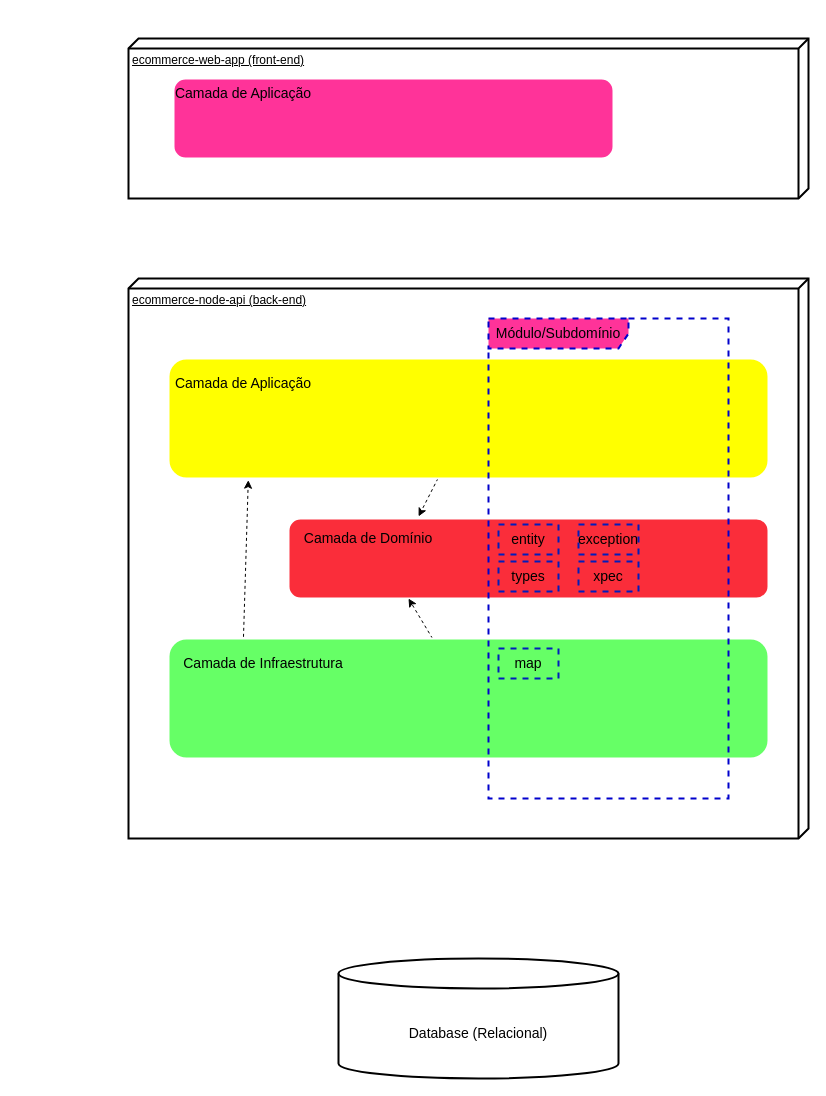
Before: requirements/ecommerce-arquitetura.drawio in SliverNV/ecommerce-node-ap, a draw.io diagram. Source tidied: cells renumbered, new cells numbered last; positions are measured from the earlier drawing's top-left corner, leaving out a move shared by most shapes. Both pictures are drawn from the tidied source at 100%, with x=0, y=0 at pixel (128, 38).
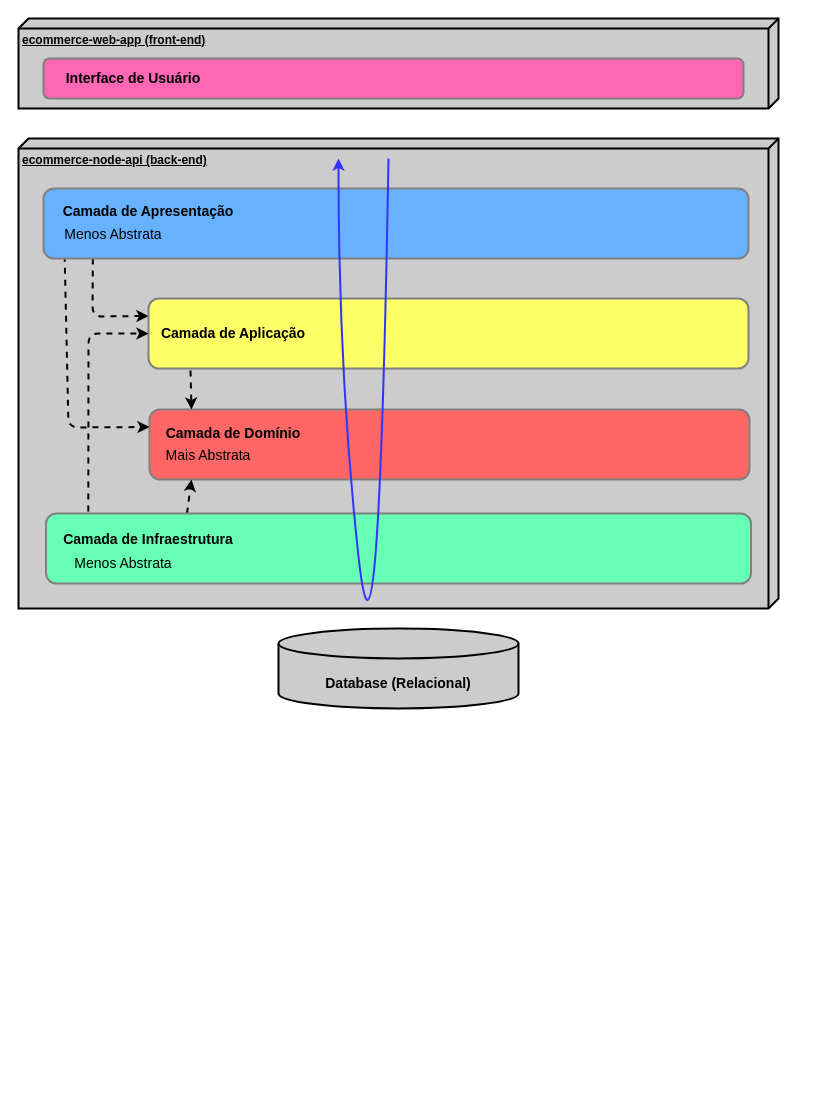
The same diagram, later.

Commit message (it also covers changes not shown here):
modelando a arquitetura do software - em camadas

The edit, as a diff of the source:
```diff
@@
-    <mxCell id="2" value="ecommerce-web-app (front-end)" style="verticalAlign=top;align=left;spacingTop=8;spacingLeft=2;spacingRight=12;shape=cube;size=10;direction=south;fontStyle=4;html=1;strokeWidth=2;" parent="1" vertex="1">
-      <mxGeometry width="680" height="160" as="geometry" />
+    <mxCell id="2" value="&lt;b&gt;ecommerce-node-api (back-end)&lt;/b&gt;" style="verticalAlign=top;align=left;spacingTop=8;spacingLeft=2;spacingRight=12;shape=cube;size=10;direction=south;fontStyle=4;html=1;strokeWidth=2;fillColor=#CCCCCC;fontColor=#000000;" parent="1" vertex="1">
+      <mxGeometry x="-110" y="100" width="760" height="470" as="geometry" />
     </mxCell>
-    <mxCell id="3" value="ecommerce-node-api (back-end)" style="verticalAlign=top;align=left;spacingTop=8;spacingLeft=2;spacingRight=12;shape=cube;size=10;direction=south;fontStyle=4;html=1;strokeWidth=2;" parent="1" vertex="1">
-      <mxGeometry y="240" width="680" height="560" as="geometry" />
+    <mxCell id="3" value="&lt;b&gt;ecommerce-web-app (front-end)&lt;/b&gt;" style="verticalAlign=top;align=left;spacingTop=8;spacingLeft=2;spacingRight=12;shape=cube;size=10;direction=south;fontStyle=4;html=1;strokeWidth=2;fillColor=#CCCCCC;fontColor=#000000;" parent="1" vertex="1">
+      <mxGeometry x="-110" y="-20" width="760" height="90" as="geometry" />
     </mxCell>
+    <mxCell id="23" style="group;" parent="1" vertex="1">
+      <mxGeometry x="150" y="590" width="240" height="80" as="geometry" />
+    </mxCell>
-    <mxCell id="4" style="shape=cylinder3;whiteSpace=wrap;html=1;boundedLbl=1;backgroundOutline=1;size=15;strokeWidth=2;" parent="1" vertex="1">
-      <mxGeometry x="210" y="920" width="280" height="120" as="geometry" />
+    <mxCell id="4" style="shape=cylinder3;whiteSpace=wrap;html=1;boundedLbl=1;backgroundOutline=1;size=15;strokeWidth=2;fontColor=#000000;fillColor=#CCCCCC;" parent="23" vertex="1">
+      <mxGeometry width="240" height="80" as="geometry" />
     </mxCell>
+    <mxCell id="24" value="Database (Relacional)" style="text;html=1;strokeColor=none;fillColor=none;align=center;verticalAlign=middle;whiteSpace=wrap;rounded=0;strokeWidth=2;fontColor=#000000;fontStyle=1;fontSize=14;" parent="23" vertex="1">
+      <mxGeometry x="40" y="40" width="160" height="30" as="geometry" />
+    </mxCell>
-    <mxCell id="5" value="&lt;font style=&quot;font-size: 14px;&quot;&gt;Database (Relacional)&lt;/font&gt;" style="text;html=1;strokeColor=none;fillColor=none;align=center;verticalAlign=middle;whiteSpace=wrap;rounded=0;strokeWidth=2;" parent="1" vertex="1">
-      <mxGeometry x="210" y="950" width="280" height="90" as="geometry" />
+    <mxCell id="5" style="rounded=1;whiteSpace=wrap;html=1;strokeWidth=2;fontSize=14;fontColor=#000000;fillColor=#FF6666;strokeColor=#808080;points=[[0,0,0,0,0],[0,0.24,0,0,0],[0,0.5,0,0,0],[0,0.76,0,0,0],[0,1,0,0,0],[0.07,0,0,0,0],[0.07,1,0,0,0],[0.5,0,0,0,0],[0.5,1,0,0,0],[0.75,0,0,0,0],[0.75,1,0,0,0],[1,0,0,0,0],[1,0.26,0,0,0],[1,0.5,0,0,0],[1,0.76,0,0,0],[1,1,0,0,0]];" parent="1" vertex="1">
+      <mxGeometry x="21" y="371" width="600" height="70" as="geometry" />
     </mxCell>
-    <mxCell id="6" style="rounded=1;whiteSpace=wrap;html=1;strokeWidth=2;fontSize=14;fillColor=#FA2D3A;fontColor=#ffffff;strokeColor=#FFFFFF;" parent="1" vertex="1">
-      <mxGeometry x="160" y="480" width="480" height="80" as="geometry" />
+    <mxCell id="6" value="Camada de Domínio" style="text;html=1;strokeColor=none;fillColor=none;align=center;verticalAlign=middle;whiteSpace=wrap;rounded=0;strokeWidth=2;fontSize=14;fontColor=#000000;fontStyle=1;" parent="1" vertex="1">
+      <mxGeometry x="30" y="380" width="150" height="30" as="geometry" />
     </mxCell>
+    <mxCell id="12" style="edgeStyle=none;html=1;exitX=0.07;exitY=1;exitDx=0;exitDy=0;exitPerimeter=0;entryX=0;entryY=0.25;entryDx=0;entryDy=0;fontSize=14;fontColor=#000000;dashed=1;strokeWidth=2;strokeColor=#000000;" parent="1" edge="1" source="7" target="26">
+      <mxGeometry relative="1" as="geometry">
+        <Array as="points">
+          <mxPoint x="-36" y="278" />
+        </Array>
+      </mxGeometry>
+    </mxCell>
+    <mxCell id="17" style="edgeStyle=none;html=1;exitX=0.03;exitY=0.96;exitDx=0;exitDy=0;exitPerimeter=0;entryX=0;entryY=0.25;entryDx=0;entryDy=0;dashed=1;strokeColor=#000000;strokeWidth=2;fontSize=14;fontColor=#000000;" parent="1" edge="1" source="7" target="5">
+      <mxGeometry relative="1" as="geometry">
+        <Array as="points">
+          <mxPoint x="-60" y="389" />
+        </Array>
+      </mxGeometry>
+    </mxCell>
-    <mxCell id="7" value="&lt;font color=&quot;#000000&quot;&gt;Camada de Domínio&lt;/font&gt;" style="text;html=1;align=center;verticalAlign=middle;whiteSpace=wrap;rounded=0;strokeWidth=2;fontSize=14;" parent="1" vertex="1">
-      <mxGeometry x="170" y="485" width="140" height="30" as="geometry" />
+    <mxCell id="7" style="rounded=1;whiteSpace=wrap;html=1;strokeWidth=2;fontSize=14;fontColor=#000000;fillColor=#66B2FF;strokeColor=#808080;points=[[0,0,0,0,0],[0,0.26,0,0,0],[0,0.5,0,0,0],[0,0.74,0,0,0],[0,1,0,0,0],[0.03,0.96,0,0,0],[0.07,1,0,0,0],[0.25,0,0,0,0],[0.5,0,0,0,0],[0.75,0,0,0,0],[0.75,1,0,0,0],[1,0,0,0,0],[1,0.26,0,0,0],[1,0.5,0,0,0],[1,0.76,0,0,0],[1,1,0,0,0]];" parent="1" vertex="1">
+      <mxGeometry x="-85" y="150" width="705" height="70" as="geometry" />
     </mxCell>
-    <mxCell id="8" style="edgeStyle=none;html=1;fontSize=14;fontColor=#000000;entryX=0.271;entryY=-0.026;entryDx=0;entryDy=0;endArrow=classic;endFill=1;dashed=1;entryPerimeter=0;" parent="1" edge="1" source="9" target="6">
-      <mxGeometry relative="1" as="geometry" />
-    </mxCell>
-    <mxCell id="9" style="rounded=1;whiteSpace=wrap;html=1;strokeWidth=2;fontSize=14;fillColor=#FFFF00;fontColor=#ffffff;strokeColor=#FFFFFF;" parent="1" vertex="1">
-      <mxGeometry x="40" y="320" width="600" height="120" as="geometry" />
+    <mxCell id="9" value="Camada de Apresentação" style="text;html=1;strokeColor=none;fillColor=none;align=center;verticalAlign=middle;whiteSpace=wrap;rounded=0;strokeWidth=2;fontSize=14;fontColor=#000000;fontStyle=1;" parent="1" vertex="1">
+      <mxGeometry x="-70" y="158" width="180" height="30" as="geometry" />
     </mxCell>
-    <mxCell id="10" value="&lt;font color=&quot;#000000&quot;&gt;Camada de Aplicação&lt;/font&gt;" style="text;html=1;align=center;verticalAlign=middle;whiteSpace=wrap;rounded=0;strokeWidth=2;fontSize=14;" parent="1" vertex="1">
-      <mxGeometry x="45" y="330" width="140" height="30" as="geometry" />
+    <mxCell id="10" style="rounded=1;whiteSpace=wrap;html=1;strokeWidth=2;fontSize=14;fontColor=#000000;fillColor=#FF66B3;strokeColor=#808080;" parent="1" vertex="1">
+      <mxGeometry x="-85" y="20" width="700" height="40" as="geometry" />
     </mxCell>
-    <mxCell id="11" style="edgeStyle=none;html=1;entryX=0.25;entryY=1;entryDx=0;entryDy=0;dashed=1;fontSize=14;fontColor=#000000;endArrow=classic;endFill=1;" parent="1" edge="1" source="13" target="6">
-      <mxGeometry relative="1" as="geometry" />
-    </mxCell>
-    <mxCell id="12" style="edgeStyle=none;html=1;dashed=1;fontSize=14;fontColor=#000000;endArrow=classic;endFill=1;exitX=0.125;exitY=-0.014;exitDx=0;exitDy=0;exitPerimeter=0;entryX=0.133;entryY=1.014;entryDx=0;entryDy=0;entryPerimeter=0;" parent="1" edge="1" source="13" target="9">
-      <mxGeometry relative="1" as="geometry" />
-    </mxCell>
+    <mxCell id="25" value="Interface de Usuário" style="text;html=1;strokeColor=none;fillColor=none;align=center;verticalAlign=middle;whiteSpace=wrap;rounded=0;strokeWidth=2;fontSize=14;fontColor=#000000;fontStyle=1;" parent="1" vertex="1">
+      <mxGeometry x="-70" y="25" width="150" height="30" as="geometry" />
+    </mxCell>
+    <mxCell id="20" style="edgeStyle=none;html=1;exitX=0.07;exitY=1;exitDx=0;exitDy=2;exitPerimeter=0;entryX=0.07;entryY=0;entryDx=0;entryDy=0;entryPerimeter=0;dashed=1;strokeColor=#000000;strokeWidth=2;fontSize=14;fontColor=#000000;" parent="1" edge="1" source="26" target="5">
+      <mxGeometry relative="1" as="geometry" />
+    </mxCell>
+    <mxCell id="26" style="rounded=1;whiteSpace=wrap;html=1;strokeWidth=2;fontSize=14;fontColor=#000000;fillColor=#FFFF66;strokeColor=#808080;points=[[0,0,0,0,0],[0,0.24,0,0,0],[0,0.5,0,0,0],[0,0.76,0,0,0],[0,1,0,0,0],[0.07,1,0,0,2],[0.25,0,0,0,0],[0.5,0,0,0,0],[0.5,1,0,0,0],[0.75,0,0,0,0],[0.75,1,0,0,0],[1,0,0,0,0],[1,0.26,0,0,0],[1,0.5,0,0,0],[1,0.76,0,0,0],[1,1,0,0,0]];" parent="1" vertex="1">
+      <mxGeometry x="20" y="260" width="600" height="70" as="geometry" />
+    </mxCell>
-    <mxCell id="13" style="rounded=1;whiteSpace=wrap;html=1;strokeWidth=2;fontSize=14;fillColor=#66FF66;fontColor=#ffffff;strokeColor=#FFFFFF;" parent="1" vertex="1">
-      <mxGeometry x="40" y="600" width="600" height="120" as="geometry" />
+    <mxCell id="13" value="Camada de Aplicação" style="text;html=1;strokeColor=none;fillColor=none;align=center;verticalAlign=middle;whiteSpace=wrap;rounded=0;strokeWidth=2;fontSize=14;fontColor=#000000;fontStyle=1;" parent="1" vertex="1">
+      <mxGeometry x="30" y="280" width="150" height="30" as="geometry" />
     </mxCell>
+    <mxCell id="22" style="edgeStyle=none;html=1;exitX=0.06;exitY=0;exitDx=0;exitDy=-2;exitPerimeter=0;entryX=0;entryY=0.5;entryDx=0;entryDy=0;entryPerimeter=0;dashed=1;strokeColor=#000000;strokeWidth=2;fontSize=14;fontColor=#000000;" parent="1" edge="1" source="14" target="26">
+      <mxGeometry relative="1" as="geometry">
+        <Array as="points">
+          <mxPoint x="-40" y="295" />
+        </Array>
+      </mxGeometry>
+    </mxCell>
+    <mxCell id="27" style="edgeStyle=none;html=1;exitX=0.2;exitY=0;exitDx=0;exitDy=0;exitPerimeter=0;entryX=0.07;entryY=1;entryDx=0;entryDy=0;entryPerimeter=0;dashed=1;strokeColor=#000000;strokeWidth=2;fontSize=14;fontColor=#000000;" parent="1" edge="1" source="14" target="5">
+      <mxGeometry relative="1" as="geometry" />
+    </mxCell>
-    <mxCell id="14" value="&lt;font color=&quot;#000000&quot;&gt;Camada de Infraestrutura&lt;/font&gt;" style="text;html=1;align=center;verticalAlign=middle;whiteSpace=wrap;rounded=0;strokeWidth=2;fontSize=14;" parent="1" vertex="1">
-      <mxGeometry x="45" y="610" width="180" height="30" as="geometry" />
+    <mxCell id="14" style="rounded=1;whiteSpace=wrap;html=1;strokeWidth=2;fontSize=14;fontColor=#000000;fillColor=#66FFB3;strokeColor=#808080;points=[[0,0,0,0,0],[0,0.26,0,0,0],[0,0.5,0,0,0],[0,0.74,0,0,0],[0,1,0,0,0],[0.06,0,0,0,-2],[0.2,0,0,0,0],[0.25,1,0,0,0],[0.5,1,0,0,0],[0.75,0,0,0,0],[0.75,1,0,0,0],[1,0,0,0,0],[1,0.26,0,0,0],[1,0.5,0,0,0],[1,0.76,0,0,0],[1,1,0,0,0]];" parent="1" vertex="1">
+      <mxGeometry x="-82.5" y="475" width="705" height="70" as="geometry" />
     </mxCell>
-    <mxCell id="15" style="rounded=1;whiteSpace=wrap;html=1;strokeWidth=2;fontSize=14;fillColor=#FF3399;fontColor=#ffffff;strokeColor=#FFFFFF;" parent="1" vertex="1">
-      <mxGeometry x="45" y="40" width="440" height="80" as="geometry" />
+    <mxCell id="15" value="Camada de Infraestrutura" style="text;html=1;strokeColor=none;fillColor=none;align=center;verticalAlign=middle;whiteSpace=wrap;rounded=0;strokeWidth=2;fontSize=14;fontColor=#000000;fontStyle=1;" parent="1" vertex="1">
+      <mxGeometry x="-70" y="486" width="180" height="30" as="geometry" />
     </mxCell>
-    <mxCell id="16" value="&lt;font color=&quot;#000000&quot;&gt;Camada de Aplicação&lt;/font&gt;" style="text;html=1;align=center;verticalAlign=middle;whiteSpace=wrap;rounded=0;strokeWidth=2;fontSize=14;" parent="1" vertex="1">
-      <mxGeometry x="45" y="40" width="140" height="30" as="geometry" />
-    </mxCell>
-    <mxCell id="17" value="Módulo/Subdomínio" style="shape=umlFrame;whiteSpace=wrap;html=1;strokeColor=#0000CC;strokeWidth=2;fontSize=14;fontColor=#000000;fillColor=#FF3399;gradientColor=none;dashed=1;width=140;height=30;" parent="1" vertex="1">
-      <mxGeometry x="360" y="280" width="240" height="480" as="geometry" />
-    </mxCell>
-    <mxCell id="18" value="&lt;font color=&quot;#000000&quot;&gt;entity&lt;/font&gt;" style="text;html=1;strokeColor=#001DBC;fillColor=none;align=center;verticalAlign=middle;whiteSpace=wrap;rounded=0;dashed=1;strokeWidth=2;fontSize=14;fontColor=#ffffff;" parent="1" vertex="1">
-      <mxGeometry x="370" y="486" width="60" height="30" as="geometry" />
-    </mxCell>
-    <mxCell id="19" value="&lt;font color=&quot;#000000&quot;&gt;exception&lt;/font&gt;" style="text;html=1;strokeColor=#001DBC;fillColor=none;align=center;verticalAlign=middle;whiteSpace=wrap;rounded=0;dashed=1;strokeWidth=2;fontSize=14;fontColor=#ffffff;" parent="1" vertex="1">
-      <mxGeometry x="450" y="486" width="60" height="30" as="geometry" />
-    </mxCell>
-    <mxCell id="20" value="&lt;font color=&quot;#000000&quot;&gt;types&lt;/font&gt;" style="text;html=1;strokeColor=#001DBC;fillColor=none;align=center;verticalAlign=middle;whiteSpace=wrap;rounded=0;dashed=1;strokeWidth=2;fontSize=14;fontColor=#ffffff;" parent="1" vertex="1">
-      <mxGeometry x="370" y="523" width="60" height="30" as="geometry" />
-    </mxCell>
-    <mxCell id="21" value="&lt;font color=&quot;#000000&quot;&gt;xpec&lt;/font&gt;" style="text;html=1;strokeColor=#001DBC;fillColor=none;align=center;verticalAlign=middle;whiteSpace=wrap;rounded=0;dashed=1;strokeWidth=2;fontSize=14;fontColor=#ffffff;" parent="1" vertex="1">
-      <mxGeometry x="450" y="523" width="60" height="30" as="geometry" />
-    </mxCell>
-    <mxCell id="22" value="&lt;font color=&quot;#000000&quot;&gt;map&lt;/font&gt;" style="text;html=1;strokeColor=#001DBC;fillColor=none;align=center;verticalAlign=middle;whiteSpace=wrap;rounded=0;dashed=1;strokeWidth=2;fontSize=14;fontColor=#ffffff;" parent="1" vertex="1">
-      <mxGeometry x="370" y="610" width="60" height="30" as="geometry" />
-    </mxCell>
+    <mxCell id="8" value="Mais Abstrata" style="text;html=1;strokeColor=none;fillColor=none;align=center;verticalAlign=middle;whiteSpace=wrap;rounded=0;strokeWidth=2;fontSize=14;fontColor=#000000;" parent="1" vertex="1">
+      <mxGeometry x="30" y="402" width="100" height="30" as="geometry" />
+    </mxCell>
+    <mxCell id="11" value="Menos Abstrata" style="text;html=1;strokeColor=none;fillColor=none;align=center;verticalAlign=middle;whiteSpace=wrap;rounded=0;strokeWidth=2;fontSize=14;fontColor=#000000;" parent="1" vertex="1">
+      <mxGeometry x="-60" y="510" width="110" height="30" as="geometry" />
+    </mxCell>
+    <mxCell id="28" value="Menos Abstrata" style="text;html=1;strokeColor=none;fillColor=none;align=center;verticalAlign=middle;whiteSpace=wrap;rounded=0;strokeWidth=2;fontSize=14;fontColor=#000000;" parent="1" vertex="1">
+      <mxGeometry x="-70" y="181" width="110" height="30" as="geometry" />
+    </mxCell>
+    <mxCell id="29" style="curved=1;endArrow=classic;html=1;strokeColor=#3333FF;strokeWidth=2;fontSize=14;fontColor=#000000;" parent="1" edge="1">
+      <mxGeometry relative="1" as="geometry">
+        <mxPoint x="260" y="120" as="sourcePoint" />
+        <mxPoint x="210" y="120" as="targetPoint" />
+        <Array as="points">
+          <mxPoint x="250" y="700" />
+          <mxPoint x="210" y="336" />
+        </Array>
+      </mxGeometry>
+    </mxCell>
```
